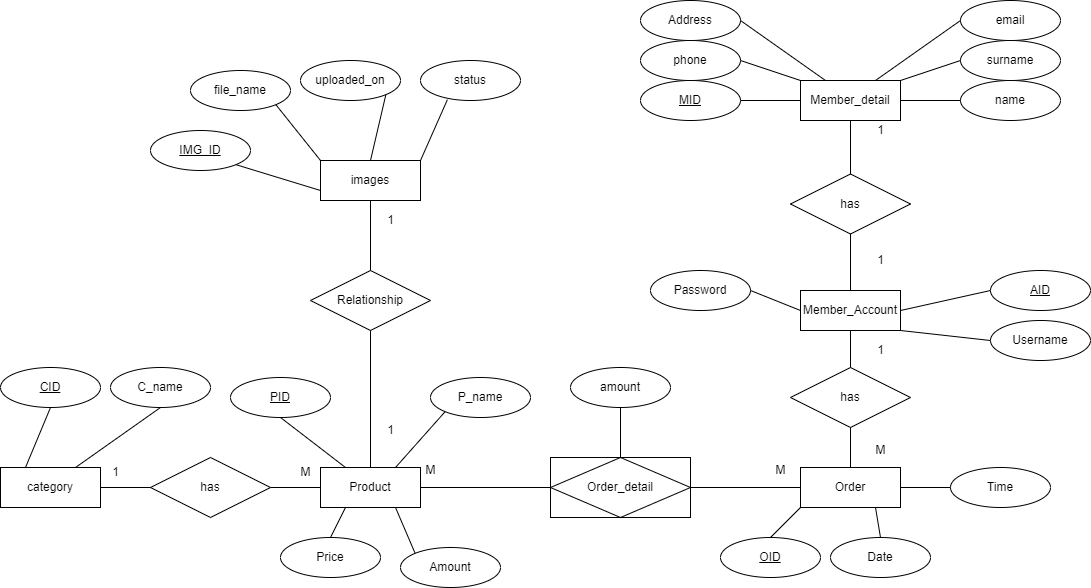
Before: DB/er.drawio.png, a diagram exported from draw.io (PataninThongsongsom/Miniprojectweb). Source tidied: cells renumbered, new cells last; positions are measured from the earlier drawing's top-left corner, leaving out a move shared by most shapes.
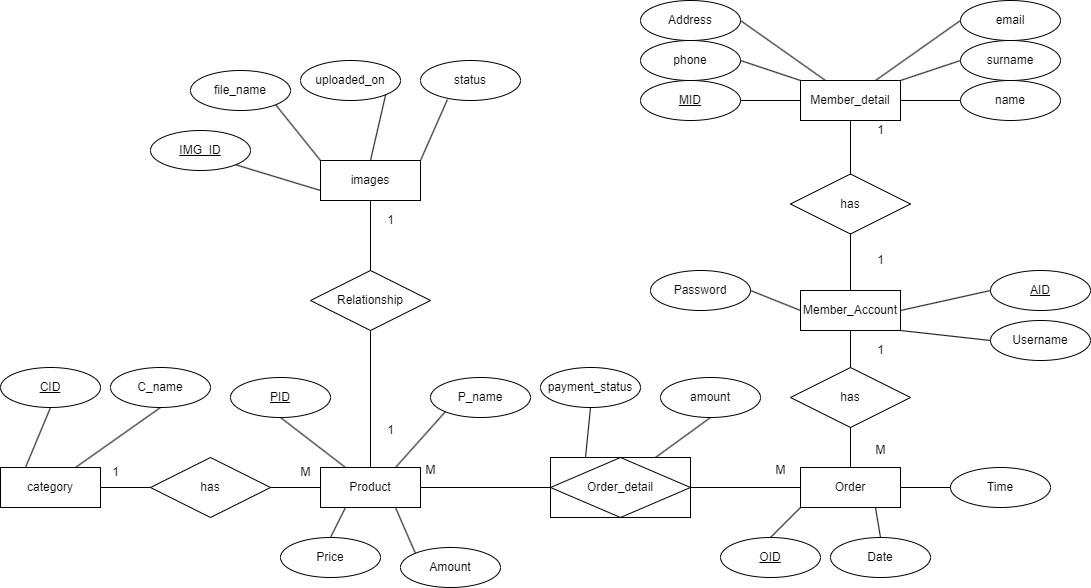
Above is the later version.

Change to the diagram source:
```diff
@@ -60,9 +60,9 @@
       <mxGeometry relative="1" as="geometry" />
     </mxCell>
     <mxCell id="21" value="amount" style="ellipse;whiteSpace=wrap;html=1;align=center;" parent="1" vertex="1">
-      <mxGeometry x="570" y="367" width="100" height="40" as="geometry" />
+      <mxGeometry x="660" y="377" width="100" height="40" as="geometry" />
     </mxCell>
-    <mxCell id="22" style="endArrow=none;html=1;rounded=0;entryX=0.5;entryY=0;entryDx=0;entryDy=0;exitX=0.5;exitY=1;exitDx=0;exitDy=0;" parent="1" edge="1" source="21" target="19">
+    <mxCell id="22" style="endArrow=none;html=1;rounded=0;entryX=0.75;entryY=0;entryDx=0;entryDy=0;exitX=0.5;exitY=1;exitDx=0;exitDy=0;" parent="1" edge="1" source="21" target="19">
       <mxGeometry relative="1" as="geometry" />
     </mxCell>
     <mxCell id="23" value="Order" style="whiteSpace=wrap;html=1;align=center;" parent="1" vertex="1">
@@ -233,5 +233,11 @@
     <mxCell id="78" value="1" style="text;html=1;align=center;verticalAlign=middle;strokeColor=none;fillColor=none;" parent="1" vertex="1">
       <mxGeometry x="865" y="115" width="30" height="30" as="geometry" />
     </mxCell>
+    <mxCell id="79" value="payment_status" style="ellipse;whiteSpace=wrap;html=1;align=center;" parent="1" vertex="1">
+      <mxGeometry x="540" y="367" width="100" height="40" as="geometry" />
+    </mxCell>
+    <mxCell id="80" style="endArrow=none;html=1;rounded=0;entryX=0.25;entryY=0;entryDx=0;entryDy=0;exitX=0.5;exitY=1;exitDx=0;exitDy=0;" parent="1" edge="1" source="79" target="19">
+      <mxGeometry relative="1" as="geometry" />
+    </mxCell>
   </root>
 </mxGraphModel>
```
